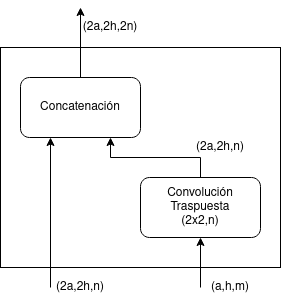
Lauragg/LRIUAP keeps this draw.io diagram as memoria/img/FuseUP.png. Above is the earlier version. Source tidied: cells renumbered, new cells last; positions are measured from the earlier drawing's top-left corner, leaving out a move shared by most shapes. Its diagram source:
```xml
<mxGraphModel>
  <root>
    <mxCell id="0" />
    <mxCell id="1" parent="0" />
    <mxCell id="2" style="rounded=0;whiteSpace=wrap;html=1;fillColor=none;" parent="1" vertex="1">
      <mxGeometry y="40" width="280" height="220" as="geometry" />
    </mxCell>
    <mxCell id="3" style="edgeStyle=orthogonalEdgeStyle;rounded=0;jettySize=auto;html=1;exitX=0.5;exitY=0;exitDx=0;exitDy=0;" parent="1" edge="1" source="4">
      <mxGeometry relative="1" as="geometry">
        <mxPoint x="80" as="targetPoint" />
      </mxGeometry>
    </mxCell>
    <mxCell id="4" value="Concatenación" style="rounded=1;whiteSpace=wrap;html=1;" parent="1" vertex="1">
      <mxGeometry x="20" y="70" width="120" height="60" as="geometry" />
    </mxCell>
    <mxCell id="5" style="edgeStyle=orthogonalEdgeStyle;rounded=0;jettySize=auto;html=1;exitX=0.5;exitY=0;exitDx=0;exitDy=0;entryX=0.75;entryY=1;entryDx=0;entryDy=0;" parent="1" edge="1" source="6" target="4">
      <mxGeometry relative="1" as="geometry" />
    </mxCell>
    <mxCell id="6" value="&lt;div&gt;Convolución Traspuesta&lt;/div&gt;&lt;div&gt;(2x2,n)&lt;br&gt;&lt;/div&gt;" style="rounded=1;whiteSpace=wrap;html=1;" parent="1" vertex="1">
      <mxGeometry x="140" y="170" width="120" height="60" as="geometry" />
    </mxCell>
    <mxCell id="7" style="endArrow=classic;html=1;entryX=0.5;entryY=1;entryDx=0;entryDy=0;" parent="1" edge="1" target="6">
      <mxGeometry relative="1" as="geometry">
        <mxPoint x="200" y="280" as="sourcePoint" />
      </mxGeometry>
    </mxCell>
    <mxCell id="8" style="endArrow=classic;html=1;entryX=0.25;entryY=1;entryDx=0;entryDy=0;" parent="1" edge="1" target="4">
      <mxGeometry relative="1" as="geometry">
        <mxPoint x="50" y="280" as="sourcePoint" />
      </mxGeometry>
    </mxCell>
    <mxCell id="9" value="(a,h,m)" style="text;html=1;strokeColor=none;fillColor=none;align=center;verticalAlign=middle;whiteSpace=wrap;rounded=0;" parent="1" vertex="1">
      <mxGeometry x="210" y="270" width="40" height="20" as="geometry" />
    </mxCell>
    <mxCell id="10" value="(2a,2h,n)" style="text;html=1;strokeColor=none;fillColor=none;align=center;verticalAlign=middle;whiteSpace=wrap;rounded=0;" parent="1" vertex="1">
      <mxGeometry x="60" y="270" width="40" height="20" as="geometry" />
    </mxCell>
    <mxCell id="11" value="(2a,2h,n)" style="text;html=1;strokeColor=none;fillColor=none;align=center;verticalAlign=middle;whiteSpace=wrap;rounded=0;" parent="1" vertex="1">
      <mxGeometry x="200" y="130" width="40" height="20" as="geometry" />
    </mxCell>
    <mxCell id="12" value="(2a,2h,2n)" style="text;html=1;strokeColor=none;fillColor=none;align=center;verticalAlign=middle;whiteSpace=wrap;rounded=0;" parent="1" vertex="1">
      <mxGeometry x="90" y="10" width="40" height="20" as="geometry" />
    </mxCell>
  </root>
</mxGraphModel>
```
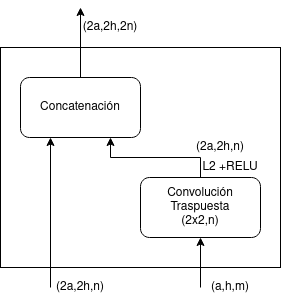
The same file after the commit.

What changed in the source:
```diff
@@ -41,5 +41,8 @@
     <mxCell id="12" value="(2a,2h,2n)" style="text;html=1;strokeColor=none;fillColor=none;align=center;verticalAlign=middle;whiteSpace=wrap;rounded=0;" parent="1" vertex="1">
       <mxGeometry x="90" y="10" width="40" height="20" as="geometry" />
     </mxCell>
+    <mxCell id="13" value="L2 +RELU" style="text;html=1;strokeColor=none;fillColor=none;align=center;verticalAlign=middle;whiteSpace=wrap;rounded=0;" parent="1" vertex="1">
+      <mxGeometry x="200" y="150" width="60" height="20" as="geometry" />
+    </mxCell>
   </root>
 </mxGraphModel>
```
